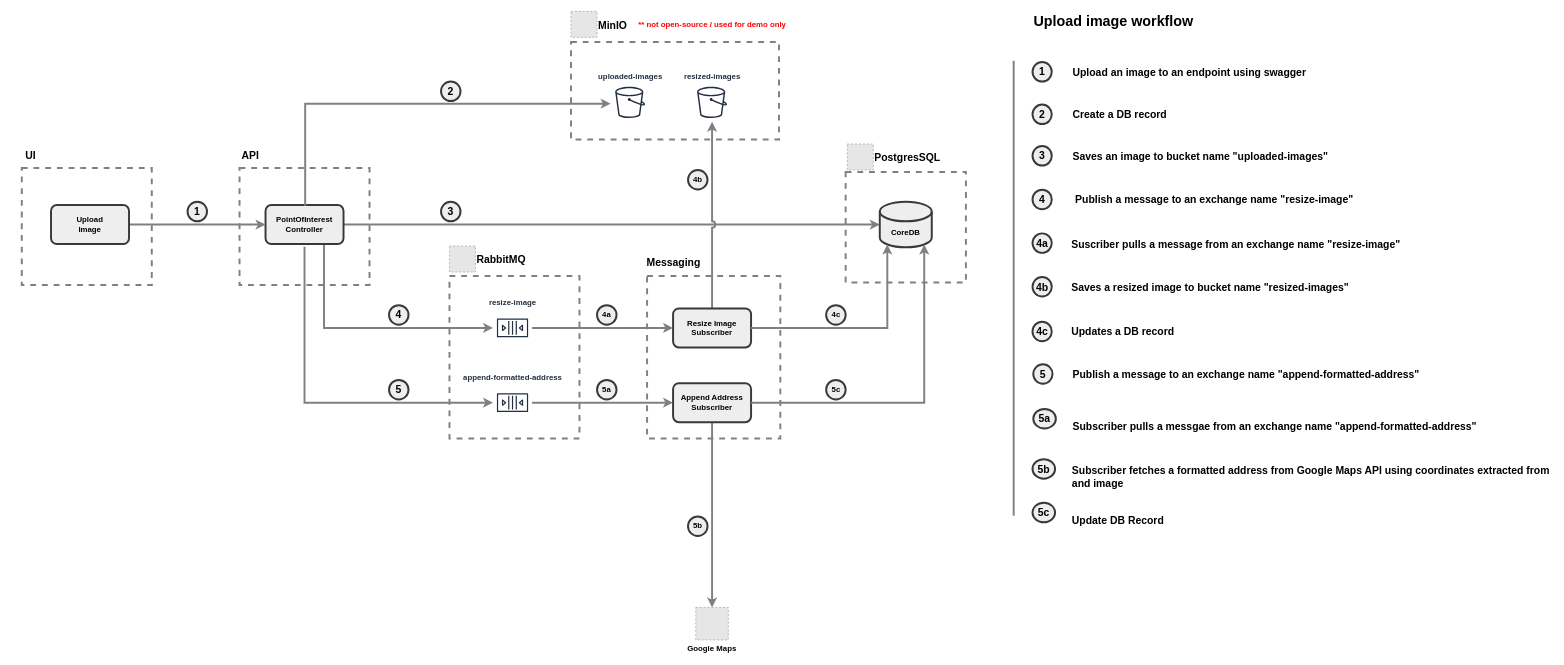
Above: page "0-Application Architecture" (1 of 10) of drawio/architecture.drawio in k8sforum/intro-to-k8s (draw.io), before the change. Source tidied: cells renumbered, new cells numbered last; positions are measured from the earlier drawing's top-left corner, leaving out a move shared by most shapes. Both pictures are drawn from the tidied source at 65%, with x=0, y=0 at pixel (11, 11). Pictures stored in the file or linked from it are replaced by grey dashed boxes.
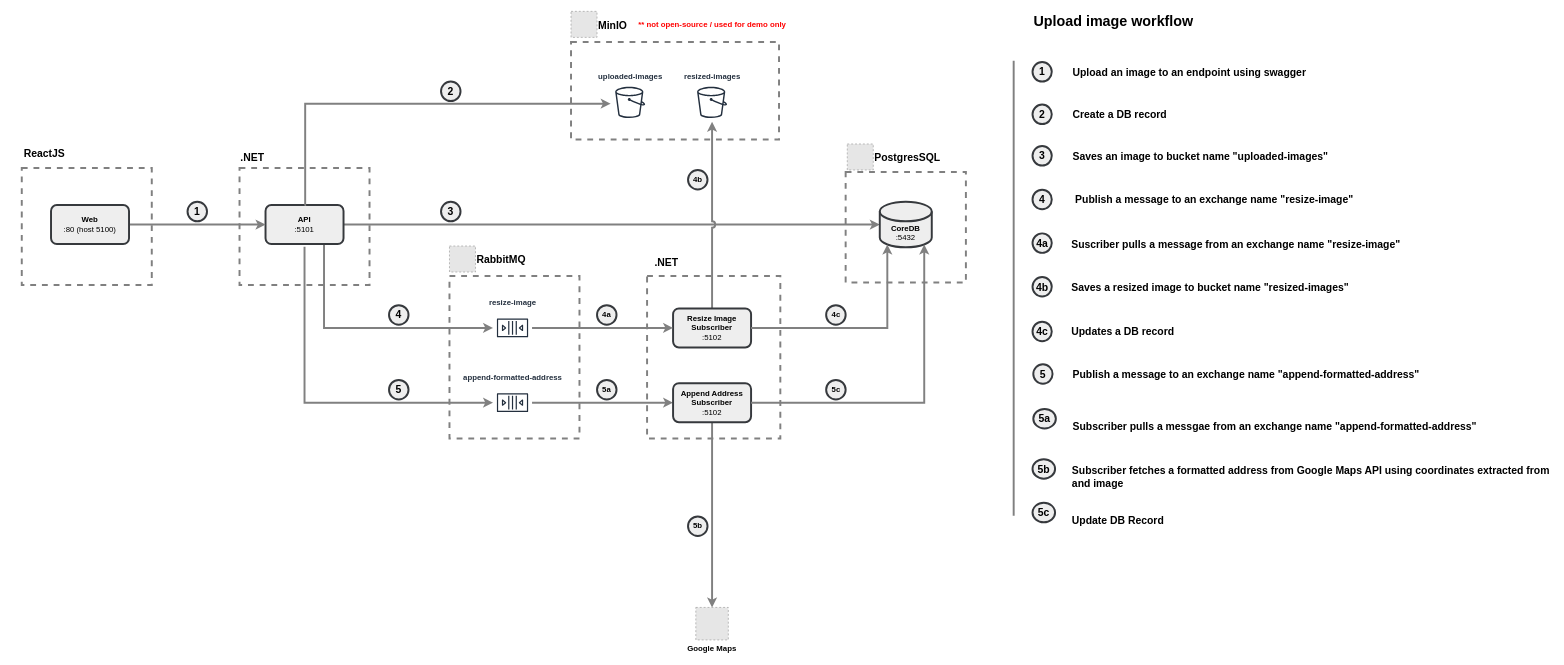
After the change.

What changed in the source:
```diff
@@
-    <mxCell id="10" value="&lt;b&gt;PointOfInterest&lt;/b&gt;&lt;div&gt;&lt;b&gt;Controller&lt;/b&gt;&lt;/div&gt;" style="rounded=1;whiteSpace=wrap;html=1;strokeWidth=3;fillColor=#eeeeee;strokeColor=#36393d;" parent="1" vertex="1">
+    <mxCell id="10" value="&lt;b&gt;API&lt;/b&gt;&lt;div&gt;:5101&lt;/div&gt;" style="rounded=1;whiteSpace=wrap;html=1;strokeWidth=3;fillColor=#eeeeee;strokeColor=#36393d;" parent="1" vertex="1">
       <mxGeometry x="391" y="298" width="120" height="60" as="geometry" />
     </mxCell>
@@
-    <mxCell id="12" value="&lt;b&gt;Resize Image&lt;br&gt;Subscriber&lt;/b&gt;" style="rounded=1;whiteSpace=wrap;html=1;fillColor=#eeeeee;strokeColor=#36393d;strokeWidth=3;" parent="1" vertex="1">
+    <mxCell id="12" value="&lt;b&gt;Resize Image&lt;br&gt;Subscriber&lt;/b&gt;&lt;div&gt;:5102&lt;/div&gt;" style="rounded=1;whiteSpace=wrap;html=1;fillColor=#eeeeee;strokeColor=#36393d;strokeWidth=3;" parent="1" vertex="1">
       <mxGeometry x="1018" y="457" width="120" height="60" as="geometry" />
     </mxCell>
@@
-    <mxCell id="14" value="&lt;b&gt;CoreDB&lt;/b&gt;" style="shape=cylinder3;whiteSpace=wrap;html=1;boundedLbl=1;backgroundOutline=1;size=15;groupPadding=10;fillColor=#eeeeee;strokeColor=#36393d;strokeWidth=3;" parent="1" vertex="1">
+    <mxCell id="14" value="&lt;b&gt;CoreDB&lt;/b&gt;&lt;div&gt;:5432&lt;/div&gt;" style="shape=cylinder3;whiteSpace=wrap;html=1;boundedLbl=1;backgroundOutline=1;size=15;groupPadding=10;fillColor=#eeeeee;strokeColor=#36393d;strokeWidth=3;" parent="1" vertex="1">
       <mxGeometry x="1336" y="293" width="80" height="70" as="geometry" />
     </mxCell>
@@
-    <mxCell id="21" value="&lt;b&gt;Append Address&lt;/b&gt;&lt;div&gt;&lt;b&gt;Subscriber&lt;/b&gt;&lt;/div&gt;" style="rounded=1;whiteSpace=wrap;html=1;fillColor=#eeeeee;strokeColor=#36393d;strokeWidth=3;" parent="1" vertex="1">
+    <mxCell id="21" value="&lt;b&gt;Append Address&lt;/b&gt;&lt;div&gt;&lt;b&gt;Subscriber&lt;/b&gt;&lt;/div&gt;&lt;div&gt;:5102&lt;/div&gt;" style="rounded=1;whiteSpace=wrap;html=1;fillColor=#eeeeee;strokeColor=#36393d;strokeWidth=3;" parent="1" vertex="1">
       <mxGeometry x="1018" y="572" width="120" height="60" as="geometry" />
     </mxCell>
@@
-    <mxCell id="30" value="&lt;b&gt;&lt;font style=&quot;font-size: 16px;&quot;&gt;Messaging&lt;/font&gt;&lt;/b&gt;" style="text;html=1;whiteSpace=wrap;strokeColor=none;fillColor=none;align=center;verticalAlign=middle;rounded=0;strokeWidth=3;" parent="1" vertex="1">
-      <mxGeometry x="989" y="371" width="60" height="30" as="geometry" />
+    <mxCell id="30" value="&lt;b&gt;&lt;font style=&quot;font-size: 16px;&quot;&gt;.NET&lt;/font&gt;&lt;/b&gt;" style="text;html=1;whiteSpace=wrap;strokeColor=none;fillColor=none;align=center;verticalAlign=middle;rounded=0;strokeWidth=3;" parent="1" vertex="1">
+      <mxGeometry x="978" y="371" width="60" height="30" as="geometry" />
     </mxCell>
-    <mxCell id="31" value="&lt;b&gt;&lt;font style=&quot;font-size: 16px;&quot;&gt;API&lt;/font&gt;&lt;/b&gt;" style="text;html=1;whiteSpace=wrap;strokeColor=none;fillColor=none;align=center;verticalAlign=middle;rounded=0;strokeWidth=3;" parent="1" vertex="1">
-      <mxGeometry x="338" y="207" width="60" height="30" as="geometry" />
+    <mxCell id="31" value="&lt;font style=&quot;font-size: 16px;&quot;&gt;&lt;b&gt;.NET&lt;/b&gt;&lt;/font&gt;" style="text;html=1;whiteSpace=wrap;strokeColor=none;fillColor=none;align=center;verticalAlign=middle;rounded=0;strokeWidth=3;" parent="1" vertex="1">
+      <mxGeometry x="341" y="209" width="60" height="30" as="geometry" />
     </mxCell>
@@
-    <mxCell id="81" value="&lt;b&gt;Upload&lt;br&gt;Image&lt;/b&gt;" style="rounded=1;whiteSpace=wrap;html=1;strokeWidth=3;fillColor=#eeeeee;strokeColor=#36393d;" parent="1" vertex="1">
+    <mxCell id="81" value="&lt;b&gt;Web&lt;/b&gt;&lt;div&gt;:80 (host 5100)&lt;/div&gt;" style="rounded=1;whiteSpace=wrap;html=1;strokeWidth=3;fillColor=#eeeeee;strokeColor=#36393d;" parent="1" vertex="1">
       <mxGeometry x="61" y="298" width="120" height="60" as="geometry" />
     </mxCell>
-    <mxCell id="82" value="&lt;b&gt;&lt;font style=&quot;font-size: 16px;&quot;&gt;UI&lt;/font&gt;&lt;/b&gt;" style="text;html=1;whiteSpace=wrap;strokeColor=none;fillColor=none;align=center;verticalAlign=middle;rounded=0;strokeWidth=3;" parent="1" vertex="1">
-      <mxGeometry y="207" width="60" height="30" as="geometry" />
+    <mxCell id="82" value="&lt;b&gt;&lt;font style=&quot;font-size: 16px;&quot;&gt;ReactJS&lt;/font&gt;&lt;/b&gt;" style="text;html=1;whiteSpace=wrap;strokeColor=none;fillColor=none;align=center;verticalAlign=middle;rounded=0;strokeWidth=3;" parent="1" vertex="1">
+      <mxGeometry x="21" y="204" width="60" height="30" as="geometry" />
     </mxCell>
```
